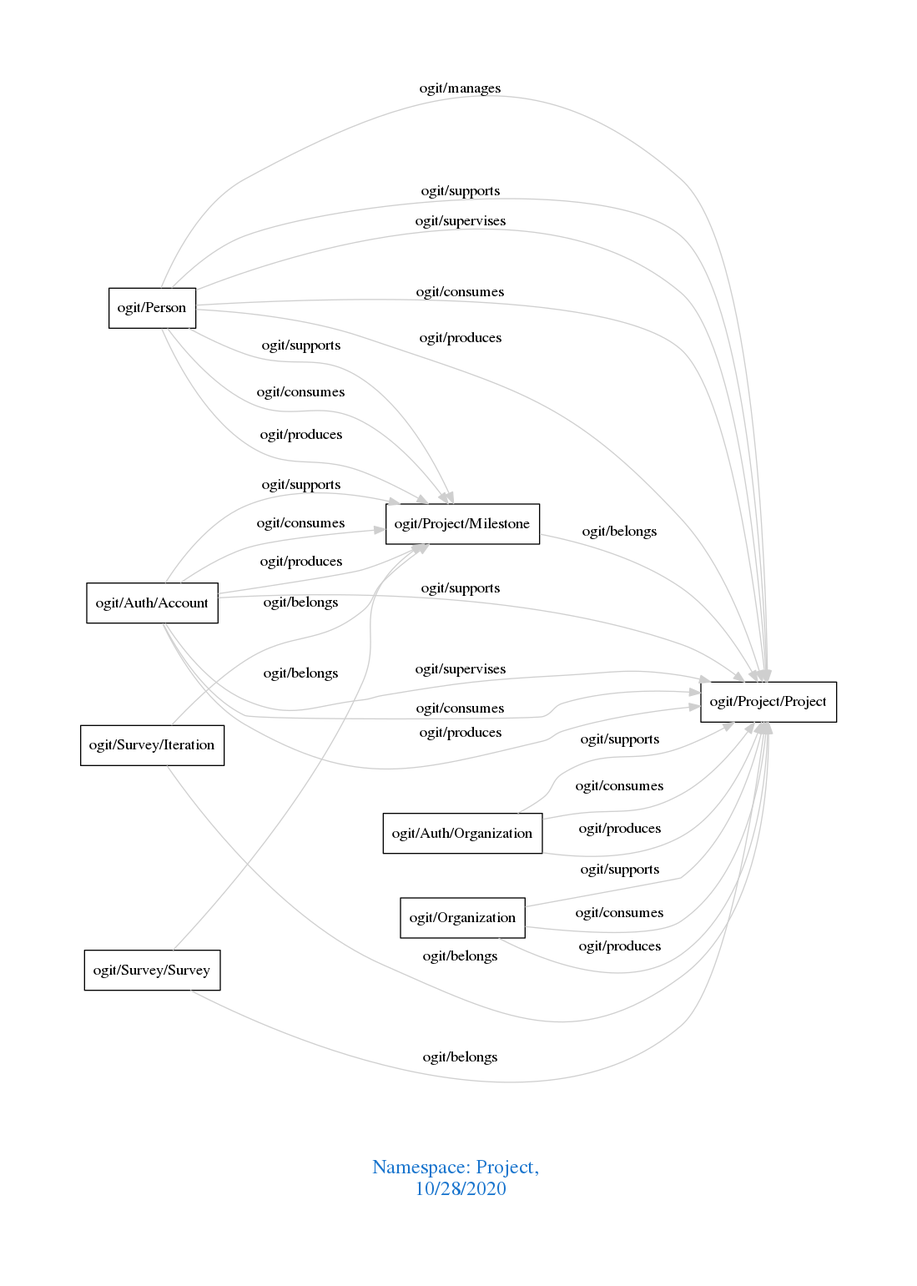
Above: downloads/Project.png in arago/OGIT (Graphviz), before the change. Its source is kept beside it as downloads/Project.dot.
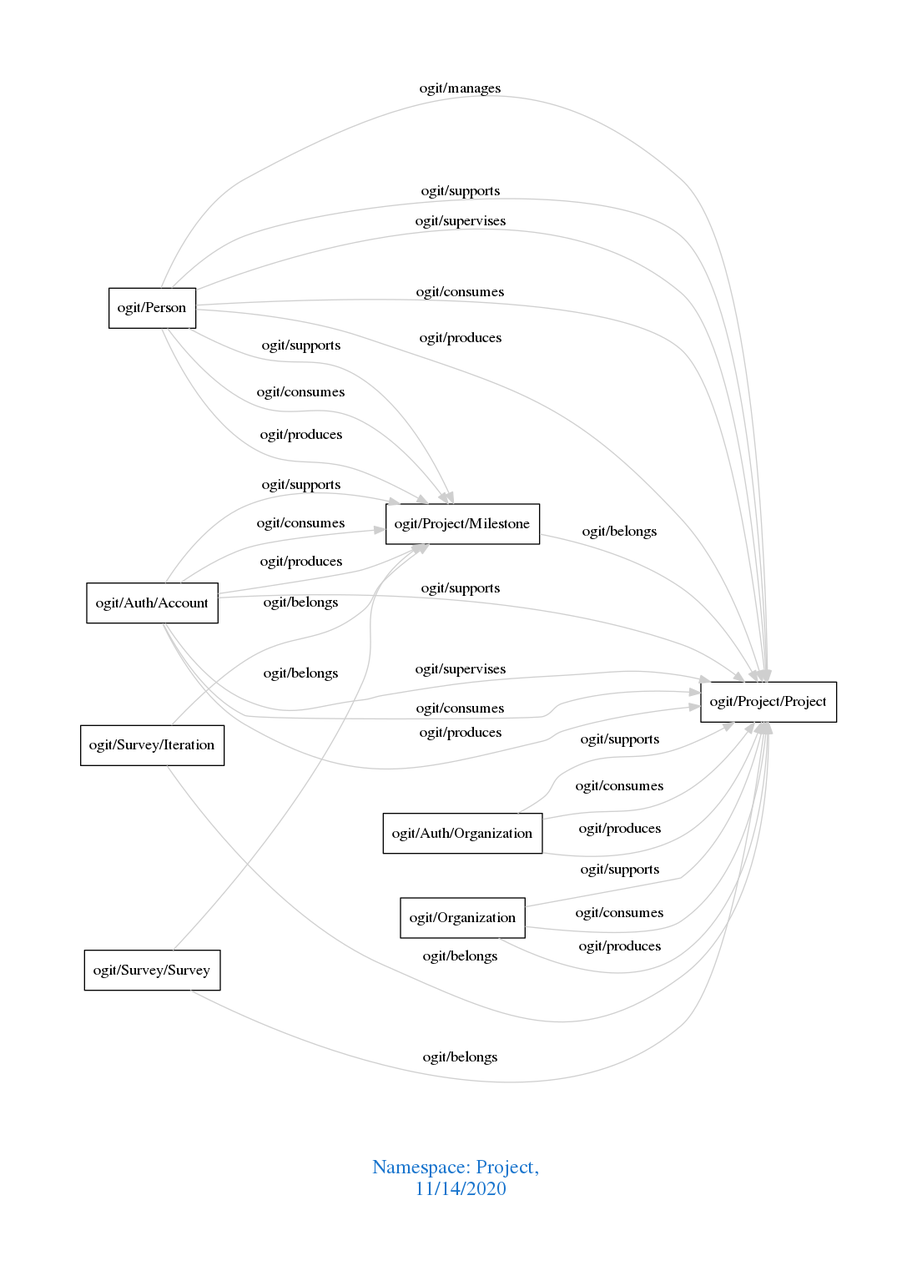
Later version of the same file.

What changed in the source:
```diff
@@ -1,7 +1,7 @@
 digraph OGIT_ontology {
  graph [ rankdir= LR,pad=1
 fontsize = 18,
-fontcolor= dodgerblue3,label = "\n\n\nNamespace: Project, \n 10/28/2020"];
+fontcolor= dodgerblue3,label = "\n\n\nNamespace: Project, \n 11/14/2020"];
 node[shape=polygon];
 edge [  color="gray81"];
 
```
